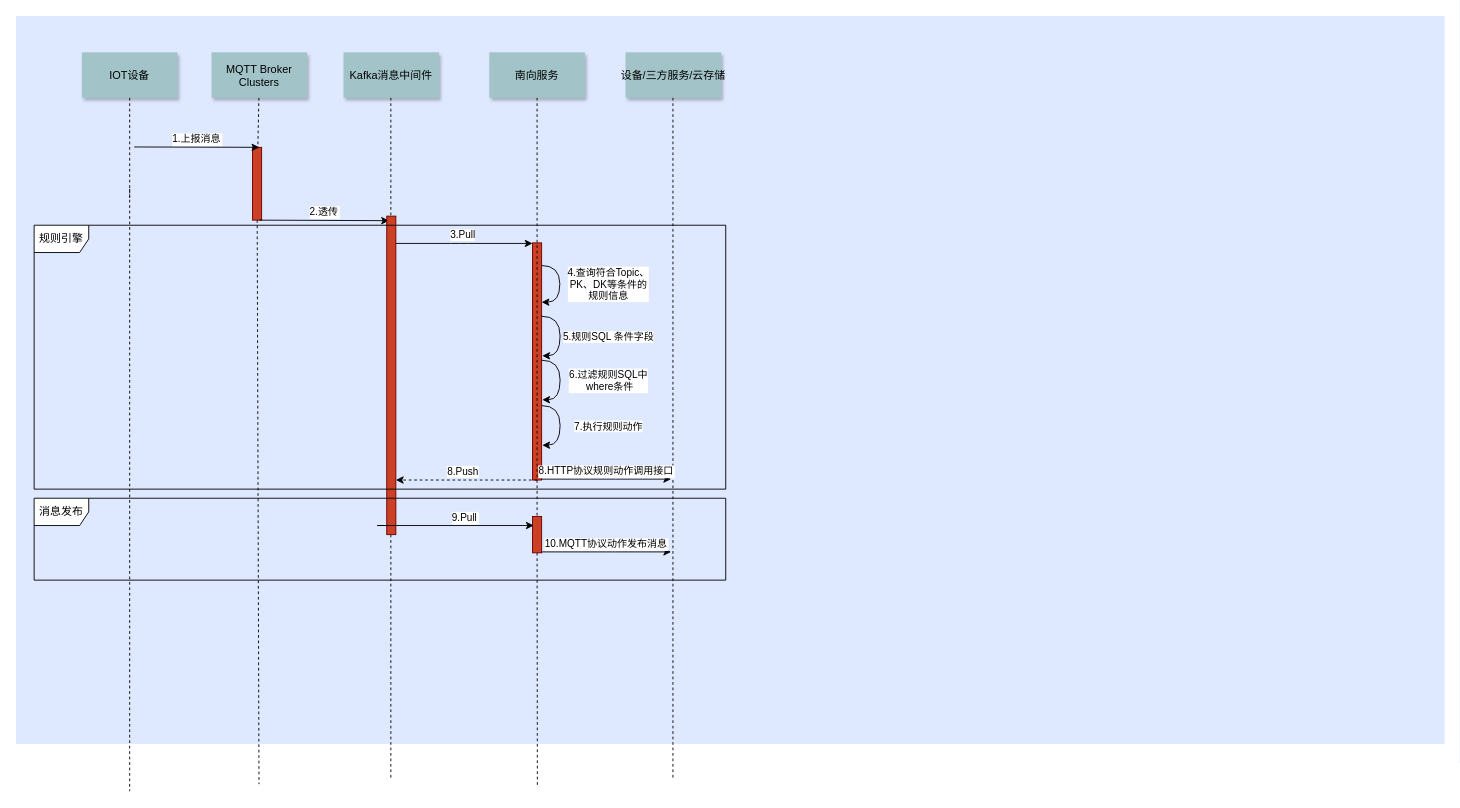
This is 规则引擎总时序图.drawio from wjwzero/DesignDrawing-, a draw.io file, before an edit. Source tidied: cells renumbered, new cells numbered last; positions are measured from the earlier drawing's top-left corner, leaving out a move shared by most shapes. Both pictures are drawn from the tidied source at 91%, with x=0, y=0 at pixel (15, 15).
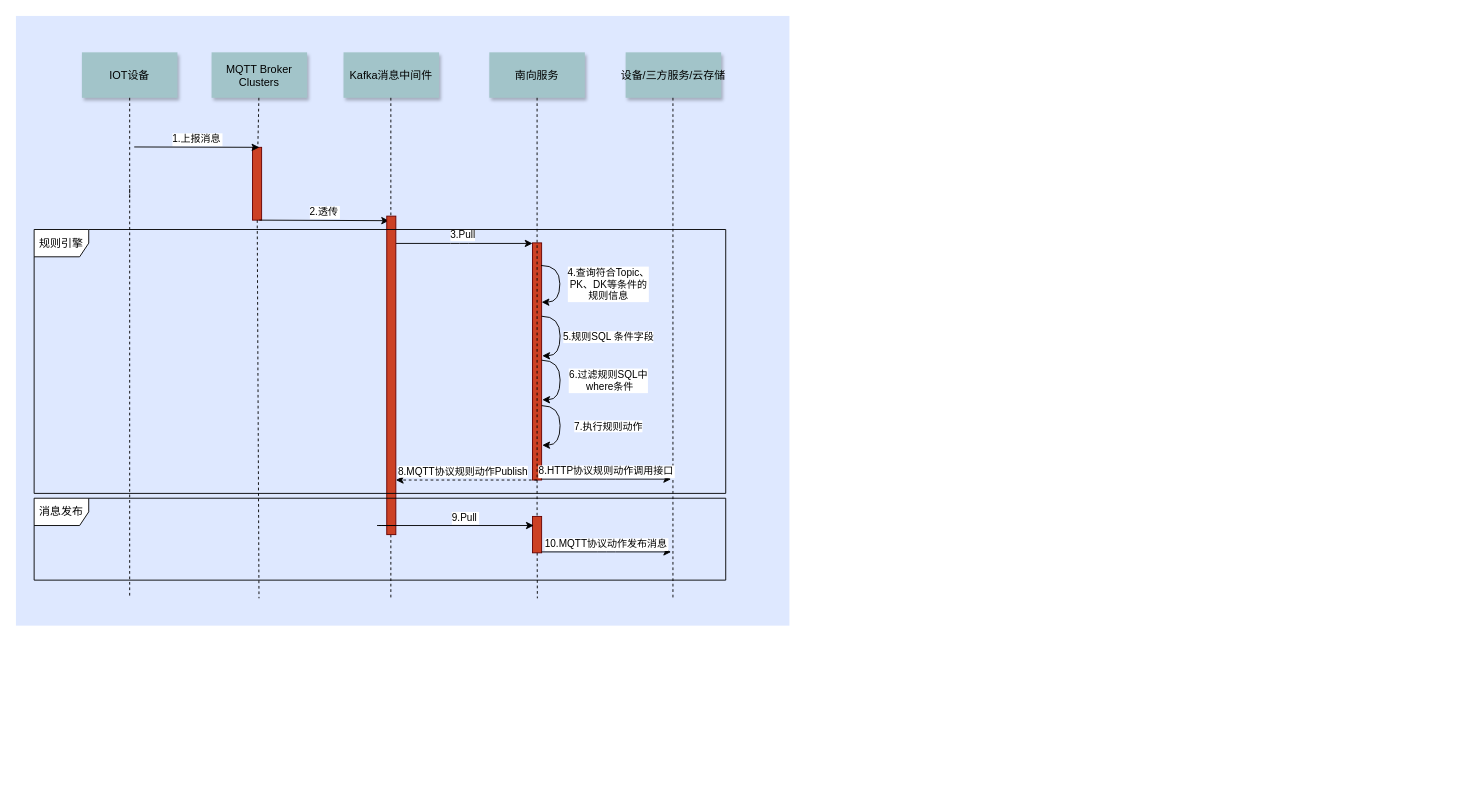
The same diagram, later.

Commit message (it also covers changes not shown here):
更新规则引擎总时序图.drawio

Unchanged cells that the change refers to:
```xml
<mxCell id="4" style="fillColor=#CC4125;strokeColor=#660000;" parent="1" vertex="1">
  <mxGeometry x="260" y="144.4" width="10" height="80" as="geometry" />
</mxCell>
<mxCell id="30" style="edgeStyle=elbowEdgeStyle;elbow=vertical;dashed=1;verticalLabelPosition=bottom;verticalAlign=top;exitX=0.5;exitY=1;exitDx=0;exitDy=0;" parent="1" edge="1" source="20">
  <mxGeometry x="795" y="644.8" as="geometry">
    <mxPoint x="417.5" y="510" as="targetPoint" />
  </mxGeometry>
</mxCell>
<mxCell id="33" style="fillColor=#CC4125;strokeColor=#660000;" parent="1" vertex="1">
  <mxGeometry x="567.7" y="550" width="10" height="40" as="geometry" />
</mxCell>
```

Change to the diagram source:
```diff
@@
     <mxCell id="2" style="fillColor=#DEE8FF;strokeColor=none;" parent="1" vertex="1">
-      <mxGeometry width="1570" height="800" as="geometry" />
+      <mxGeometry width="850" height="670" as="geometry" />
     </mxCell>
@@
     <mxCell id="10" style="edgeStyle=none;endArrow=none;dashed=1;" parent="1" edge="1" source="33">
       <mxGeometry x="592.2" y="175" as="geometry">
-        <mxPoint x="573" y="847" as="targetPoint" />
+        <mxPoint x="573" y="640" as="targetPoint" />
       </mxGeometry>
     </mxCell>
@@
     <mxCell id="15" style="edgeStyle=none;dashed=1;endArrow=none;" parent="1" edge="1">
       <mxGeometry x="50" y="300" as="geometry">
         <mxPoint x="125" y="190" as="sourcePoint" />
-        <mxPoint x="125" y="852" as="targetPoint" />
+        <mxPoint x="125" y="640" as="targetPoint" />
       </mxGeometry>
     </mxCell>
     <mxCell id="16" style="edgeStyle=none;endArrow=none;dashed=1;" parent="1" edge="1" source="4">
       <mxGeometry x="376.6" y="339.7" as="geometry">
-        <mxPoint x="267.1" y="844.2" as="targetPoint" />
+        <mxPoint x="267.1" y="640" as="targetPoint" />
       </mxGeometry>
     </mxCell>
@@
     <mxCell id="18" style="edgeStyle=none;endArrow=none;dashed=1;" parent="1" edge="1">
       <mxGeometry x="431.5" y="175" as="geometry">
         <mxPoint x="412" y="90" as="sourcePoint" />
-        <mxPoint x="412" y="838" as="targetPoint" />
+        <mxPoint x="412" y="640" as="targetPoint" />
       </mxGeometry>
     </mxCell>
@@
     <mxCell id="23" style="edgeStyle=none;endArrow=none;dashed=1;" parent="1" edge="1">
       <mxGeometry x="741.5" y="175" as="geometry">
         <mxPoint x="722" y="90" as="sourcePoint" />
-        <mxPoint x="722" y="840" as="targetPoint" />
+        <mxPoint x="722" y="640" as="targetPoint" />
       </mxGeometry>
     </mxCell>
@@
-    <mxCell id="31" value="8.Push" style="edgeLabel;html=1;align=center;verticalAlign=middle;" parent="30" vertex="1">
+    <mxCell id="31" value="8.MQTT协议规则动作Publish" style="edgeLabel;html=1;align=center;verticalAlign=middle;" parent="30" vertex="1">
       <mxGeometry relative="1" as="geometry">
         <mxPoint x="-4.7" y="-10" as="offset" />
       </mxGeometry>
     </mxCell>
@@
     <mxCell id="37" value="规则引擎" style="shape=umlFrame;whiteSpace=wrap;html=1;" parent="1" vertex="1">
-      <mxGeometry x="20" y="230" width="760" height="290" as="geometry" />
+      <mxGeometry x="20" y="234.7" width="760" height="290" as="geometry" />
     </mxCell>
```
